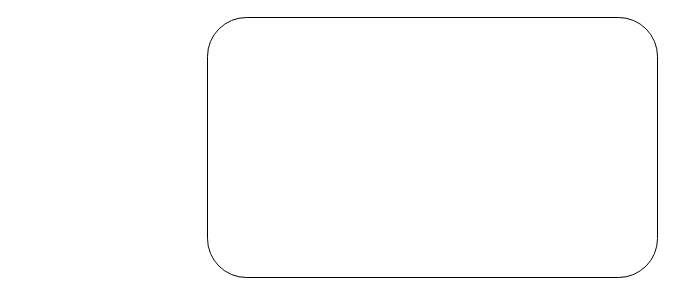
The draw.io diagram mt eval.drawio in babangain/drawio, before the edit. Source tidied: cells renumbered, new cells numbered last; positions are measured from the earlier drawing's top-left corner, leaving out a move shared by most shapes. Both pictures are drawn from the tidied source at 100%, with x=0, y=0 at pixel (207, 17).
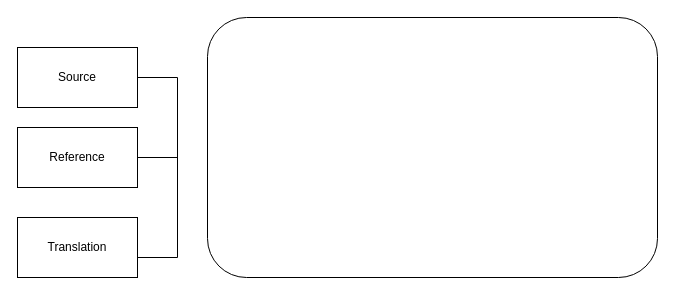
The same diagram, later.

Diff of the diagram source:
```diff
@@
 <mxGraphModel>
   <root>
     <mxCell id="0" />
     <mxCell id="1" parent="0" />
     <mxCell id="2" style="rounded=1;whiteSpace=wrap;html=1;" parent="1" vertex="1">
       <mxGeometry width="450" height="260" as="geometry" />
     </mxCell>
+    <mxCell id="3" value="Source" style="rounded=0;whiteSpace=wrap;html=1;" parent="1" vertex="1">
+      <mxGeometry x="-190" y="30" width="120" height="60" as="geometry" />
+    </mxCell>
+    <mxCell id="4" value="Reference" style="rounded=0;whiteSpace=wrap;html=1;" parent="1" vertex="1">
+      <mxGeometry x="-190" y="110" width="120" height="60" as="geometry" />
+    </mxCell>
+    <mxCell id="5" value="Translation" style="rounded=0;whiteSpace=wrap;html=1;" parent="1" vertex="1">
+      <mxGeometry x="-190" y="200" width="120" height="60" as="geometry" />
+    </mxCell>
+    <mxCell id="6" style="endArrow=none;html=1;rounded=0;" parent="1" edge="1">
+      <mxGeometry relative="1" as="geometry">
+        <mxPoint x="-30" y="240" as="sourcePoint" />
+        <mxPoint x="-30" y="60" as="targetPoint" />
+      </mxGeometry>
+    </mxCell>
+    <mxCell id="7" style="endArrow=none;html=1;rounded=0;entryX=1;entryY=0.5;entryDx=0;entryDy=0;" parent="1" edge="1" target="3">
+      <mxGeometry relative="1" as="geometry">
+        <mxPoint x="-30" y="60" as="sourcePoint" />
+      </mxGeometry>
+    </mxCell>
+    <mxCell id="8" style="endArrow=none;html=1;rounded=0;entryX=1;entryY=0.5;entryDx=0;entryDy=0;" parent="1" edge="1" target="4">
+      <mxGeometry relative="1" as="geometry">
+        <mxPoint x="-30" y="140" as="sourcePoint" />
+      </mxGeometry>
+    </mxCell>
+    <mxCell id="9" style="endArrow=none;html=1;rounded=0;" parent="1" edge="1">
+      <mxGeometry relative="1" as="geometry">
+        <mxPoint x="-70" y="240" as="sourcePoint" />
+        <mxPoint x="-30" y="240" as="targetPoint" />
+      </mxGeometry>
+    </mxCell>
   </root>
 </mxGraphModel>
```
